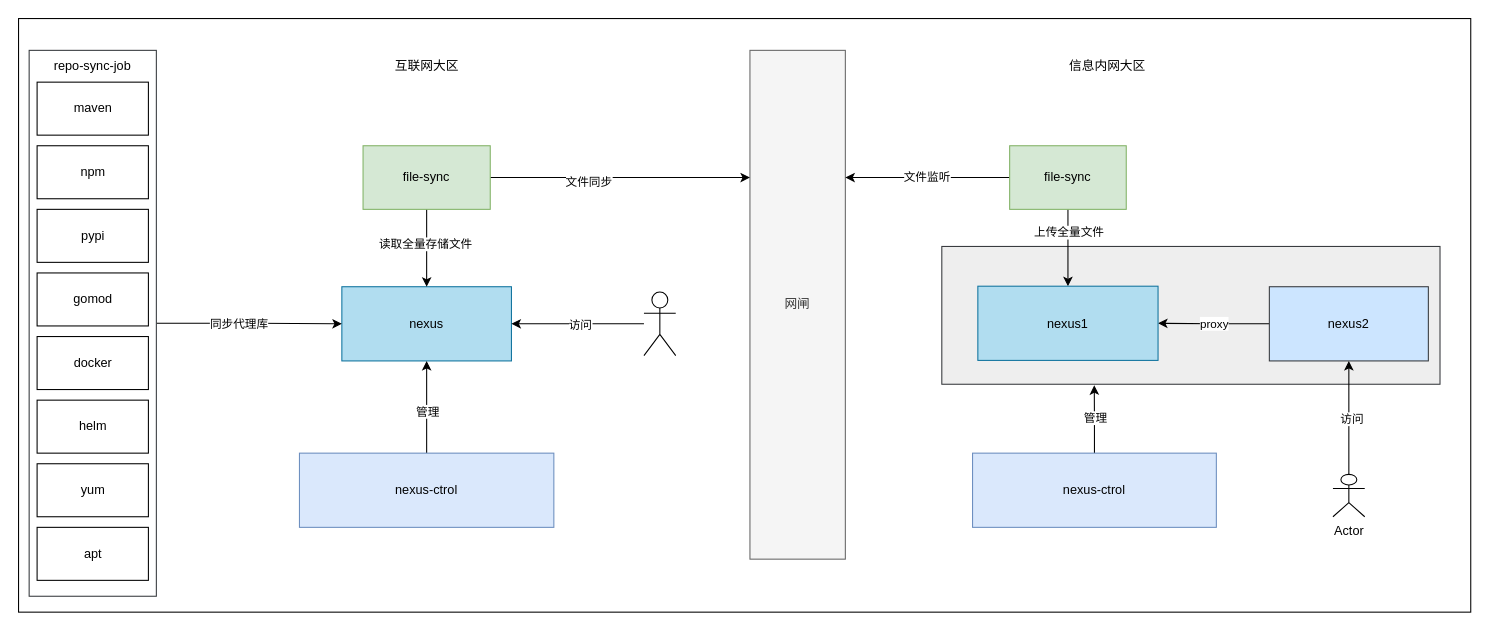
This is page "第 4 页" (4 of 8) of ProductRepository.drawio from zzl-code/drawImg, a draw.io file, before an edit. Source tidied: cells renumbered, new cells numbered last; positions are measured from the earlier drawing's top-left corner, leaving out a move shared by most shapes. Both pictures are drawn from the tidied source at 106%, with x=0, y=0 at pixel (18, 18).
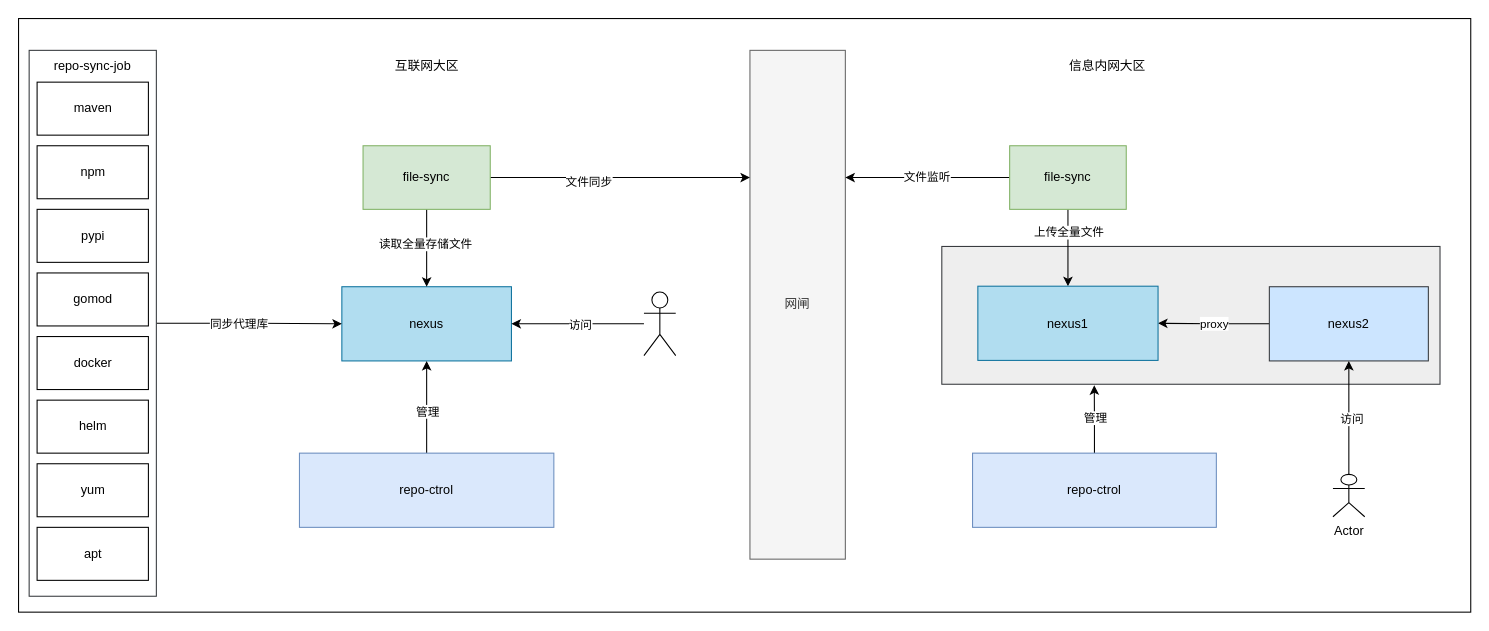
Above is the later version.

The edit, as a diff of the source:
```diff
@@
-    <mxCell id="29" value="nexus-ctrol" style="rounded=0;whiteSpace=wrap;html=1;fillColor=#dae8fc;strokeColor=#6c8ebf;" parent="1" vertex="1">
+    <mxCell id="29" value="repo-ctrol" style="rounded=0;whiteSpace=wrap;html=1;fillColor=#dae8fc;strokeColor=#6c8ebf;" parent="1" vertex="1">
       <mxGeometry x="265" y="410" width="240" height="70" as="geometry" />
     </mxCell>
@@
-    <mxCell id="32" value="nexus-ctrol" style="rounded=0;whiteSpace=wrap;html=1;fillColor=#dae8fc;strokeColor=#6c8ebf;" parent="1" vertex="1">
+    <mxCell id="32" value="repo-ctrol" style="rounded=0;whiteSpace=wrap;html=1;fillColor=#dae8fc;strokeColor=#6c8ebf;" parent="1" vertex="1">
       <mxGeometry x="900" y="410" width="230" height="70" as="geometry" />
     </mxCell>
```
